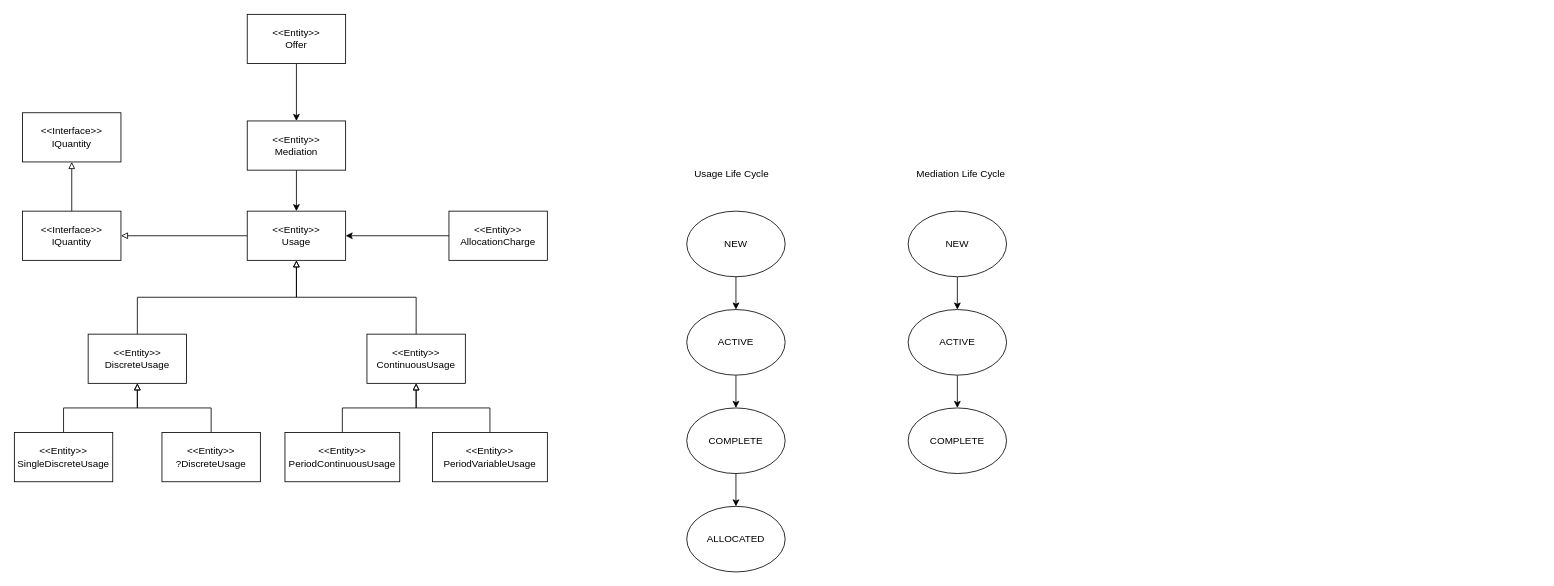
This is page "Mediation" (5 of 8) of CRM Model.drawio from cmtr/cmtr-crm, a draw.io file, before an edit. Source tidied: cells renumbered, new cells numbered last; positions are measured from the earlier drawing's top-left corner, leaving out a move shared by most shapes. Both pictures are drawn from the tidied source at 82%, with x=0, y=0 at pixel (14, 14).
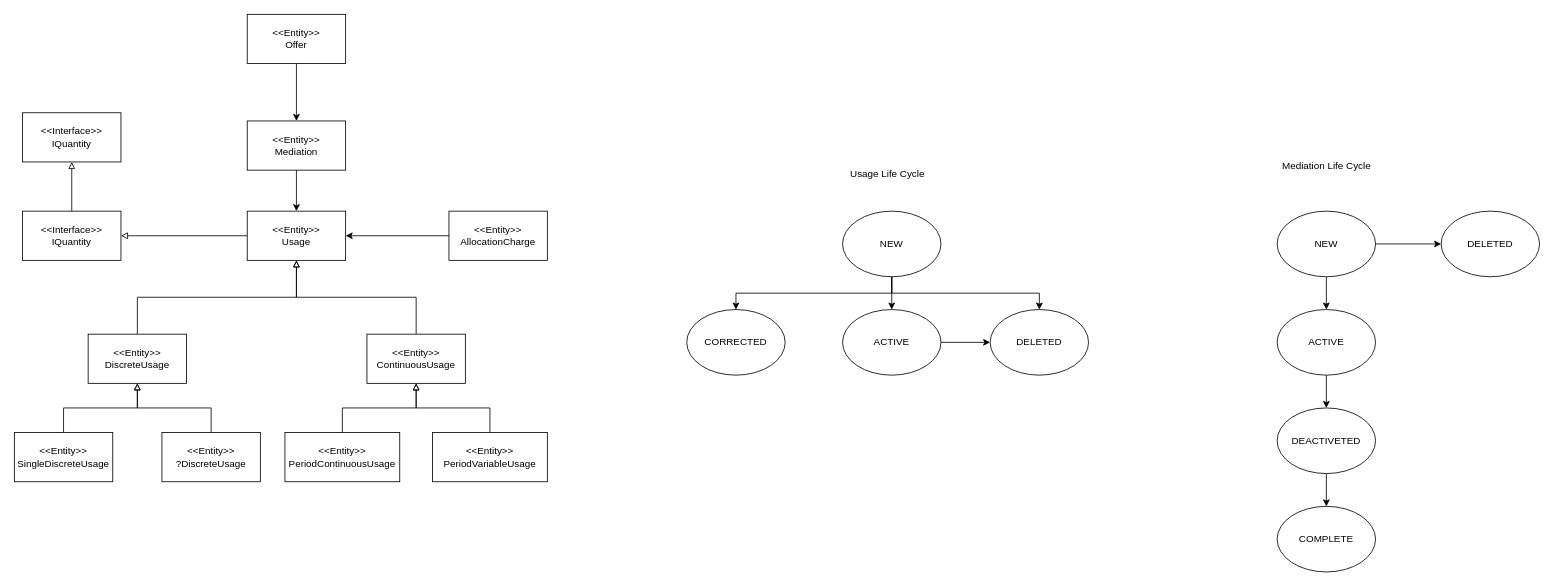
After the change.

What changed in the source:
```diff
@@
-    <mxCell id="23" style="edgeStyle=orthogonalEdgeStyle;rounded=0;jettySize=auto;html=1;exitX=0.5;exitY=1;exitDx=0;exitDy=0;entryX=0.5;entryY=0;entryDx=0;entryDy=0;" parent="1" edge="1" source="24" target="28">
+    <mxCell id="23" style="edgeStyle=orthogonalEdgeStyle;rounded=0;jettySize=auto;html=1;exitX=0.5;exitY=1;exitDx=0;exitDy=0;entryX=0.5;entryY=0;entryDx=0;entryDy=0;" parent="1" edge="1" source="24" target="26">
       <mxGeometry relative="1" as="geometry" />
     </mxCell>
+    <mxCell id="39" style="edgeStyle=orthogonalEdgeStyle;rounded=0;jettySize=auto;html=1;exitX=0.5;exitY=1;exitDx=0;exitDy=0;entryX=0.5;entryY=0;entryDx=0;entryDy=0;" parent="1" edge="1" source="24" target="28">
+      <mxGeometry relative="1" as="geometry" />
+    </mxCell>
+    <mxCell id="40" style="edgeStyle=orthogonalEdgeStyle;rounded=0;jettySize=auto;html=1;exitX=0.5;exitY=1;exitDx=0;exitDy=0;" parent="1" edge="1" source="24" target="29">
+      <mxGeometry relative="1" as="geometry" />
+    </mxCell>
     <mxCell id="24" value="NEW" style="ellipse;whiteSpace=wrap;html=1;" parent="1" vertex="1">
-      <mxGeometry x="820" y="240" width="120" height="80" as="geometry" />
+      <mxGeometry x="1010" y="240" width="120" height="80" as="geometry" />
     </mxCell>
-    <mxCell id="25" style="edgeStyle=orthogonalEdgeStyle;rounded=0;jettySize=auto;html=1;exitX=0.5;exitY=1;exitDx=0;exitDy=0;entryX=0.5;entryY=0;entryDx=0;entryDy=0;" parent="1" edge="1" source="26" target="29">
+    <mxCell id="25" style="edgeStyle=orthogonalEdgeStyle;rounded=0;jettySize=auto;html=1;exitX=1;exitY=0.5;exitDx=0;exitDy=0;entryX=0;entryY=0.5;entryDx=0;entryDy=0;" parent="1" edge="1" source="28" target="29">
       <mxGeometry relative="1" as="geometry" />
     </mxCell>
-    <mxCell id="26" value="COMPLETE" style="ellipse;whiteSpace=wrap;html=1;" parent="1" vertex="1">
-      <mxGeometry x="820" y="480" width="120" height="80" as="geometry" />
+    <mxCell id="26" value="CORRECTED" style="ellipse;whiteSpace=wrap;html=1;" parent="1" vertex="1">
+      <mxGeometry x="820" y="360" width="120" height="80" as="geometry" />
     </mxCell>
-    <mxCell id="27" style="edgeStyle=orthogonalEdgeStyle;rounded=0;jettySize=auto;html=1;exitX=0.5;exitY=1;exitDx=0;exitDy=0;entryX=0.5;entryY=0;entryDx=0;entryDy=0;" parent="1" edge="1" source="28" target="26">
-      <mxGeometry relative="1" as="geometry" />
-    </mxCell>
     <mxCell id="28" value="ACTIVE" style="ellipse;whiteSpace=wrap;html=1;" parent="1" vertex="1">
-      <mxGeometry x="820" y="360" width="120" height="80" as="geometry" />
+      <mxGeometry x="1010" y="360" width="120" height="80" as="geometry" />
     </mxCell>
-    <mxCell id="29" value="ALLOCATED" style="ellipse;whiteSpace=wrap;html=1;" parent="1" vertex="1">
-      <mxGeometry x="820" y="600" width="120" height="80" as="geometry" />
+    <mxCell id="29" value="DELETED" style="ellipse;whiteSpace=wrap;html=1;" parent="1" vertex="1">
+      <mxGeometry x="1190" y="360" width="120" height="80" as="geometry" />
     </mxCell>
@@
     <mxCell id="32" value="Usage Life Cycle" style="text;html=1;strokeColor=none;fillColor=none;align=center;verticalAlign=middle;whiteSpace=wrap;rounded=0;" parent="1" vertex="1">
-      <mxGeometry x="820" y="180" width="110" height="30" as="geometry" />
+      <mxGeometry x="1010" y="180" width="110" height="30" as="geometry" />
     </mxCell>
+    <mxCell id="38" value="Mediation Life Cycle" style="text;html=1;strokeColor=none;fillColor=none;align=center;verticalAlign=middle;whiteSpace=wrap;rounded=0;" parent="1" vertex="1">
+      <mxGeometry x="1535.5" y="170" width="129" height="30" as="geometry" />
+    </mxCell>
+    <mxCell id="41" style="edgeStyle=orthogonalEdgeStyle;rounded=0;jettySize=auto;html=1;exitX=1;exitY=0.5;exitDx=0;exitDy=0;entryX=0;entryY=0.5;entryDx=0;entryDy=0;" parent="1" edge="1" source="34" target="42">
+      <mxGeometry relative="1" as="geometry" />
+    </mxCell>
@@
     <mxCell id="34" value="NEW" style="ellipse;whiteSpace=wrap;html=1;" parent="1" vertex="1">
-      <mxGeometry x="1090" y="240" width="120" height="80" as="geometry" />
+      <mxGeometry x="1540" y="240" width="120" height="80" as="geometry" />
     </mxCell>
-    <mxCell id="35" style="edgeStyle=orthogonalEdgeStyle;rounded=0;jettySize=auto;html=1;exitX=0.5;exitY=1;exitDx=0;exitDy=0;entryX=0.5;entryY=0;entryDx=0;entryDy=0;" parent="1" edge="1" source="36" target="37">
-      <mxGeometry relative="1" as="geometry" />
-    </mxCell>
+    <mxCell id="42" value="DELETED" style="ellipse;whiteSpace=wrap;html=1;" parent="1" vertex="1">
+      <mxGeometry x="1740" y="240" width="120" height="80" as="geometry" />
+    </mxCell>
+    <mxCell id="43" style="edgeStyle=orthogonalEdgeStyle;rounded=0;jettySize=auto;html=1;exitX=0.5;exitY=1;exitDx=0;exitDy=0;entryX=0.5;entryY=0;entryDx=0;entryDy=0;" parent="1" edge="1" source="36" target="45">
+      <mxGeometry relative="1" as="geometry" />
+    </mxCell>
     <mxCell id="36" value="ACTIVE" style="ellipse;whiteSpace=wrap;html=1;" parent="1" vertex="1">
-      <mxGeometry x="1090" y="360" width="120" height="80" as="geometry" />
+      <mxGeometry x="1540" y="360" width="120" height="80" as="geometry" />
     </mxCell>
+    <mxCell id="44" style="edgeStyle=orthogonalEdgeStyle;rounded=0;jettySize=auto;html=1;exitX=0.5;exitY=1;exitDx=0;exitDy=0;entryX=0.5;entryY=0;entryDx=0;entryDy=0;" parent="1" edge="1" source="45" target="37">
+      <mxGeometry relative="1" as="geometry" />
+    </mxCell>
+    <mxCell id="45" value="DEACTIVETED" style="ellipse;whiteSpace=wrap;html=1;" parent="1" vertex="1">
+      <mxGeometry x="1540" y="480" width="120" height="80" as="geometry" />
+    </mxCell>
     <mxCell id="37" value="COMPLETE" style="ellipse;whiteSpace=wrap;html=1;" parent="1" vertex="1">
-      <mxGeometry x="1090" y="480" width="120" height="80" as="geometry" />
+      <mxGeometry x="1540" y="600" width="120" height="80" as="geometry" />
     </mxCell>
-    <mxCell id="38" value="Mediation Life Cycle" style="text;html=1;strokeColor=none;fillColor=none;align=center;verticalAlign=middle;whiteSpace=wrap;rounded=0;" parent="1" vertex="1">
-      <mxGeometry x="1090" y="180" width="129" height="30" as="geometry" />
-    </mxCell>
```
